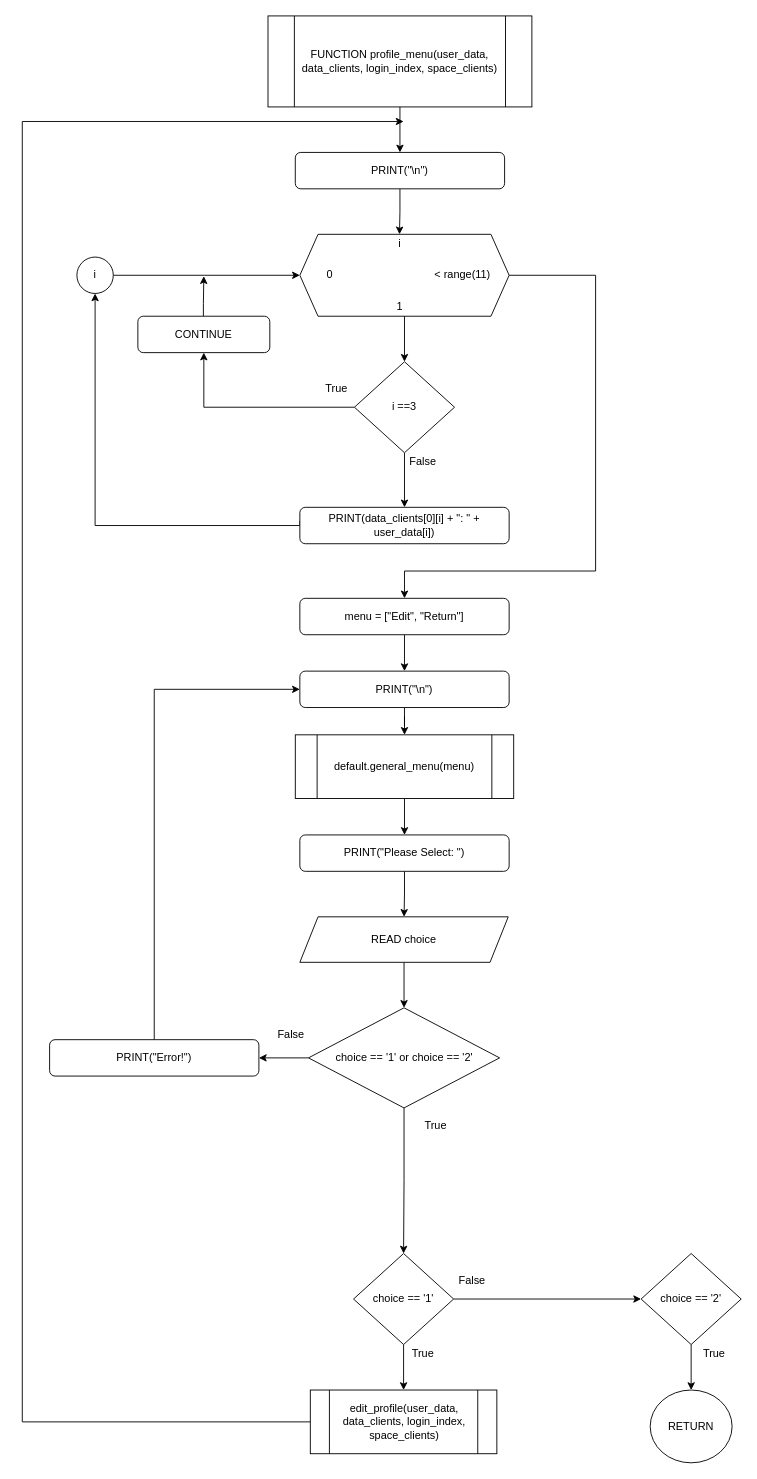
RabbitBear00/Car-Rental-System keeps this draw.io diagram as Flowchart/clients/profile_menu.drawio. Above is the earlier version. Source tidied: cells renumbered, new cells numbered last; positions are measured from the earlier drawing's top-left corner, leaving out a move shared by most shapes. Both pictures are drawn from the tidied source at 91%, with x=0, y=0 at pixel (22, 15).
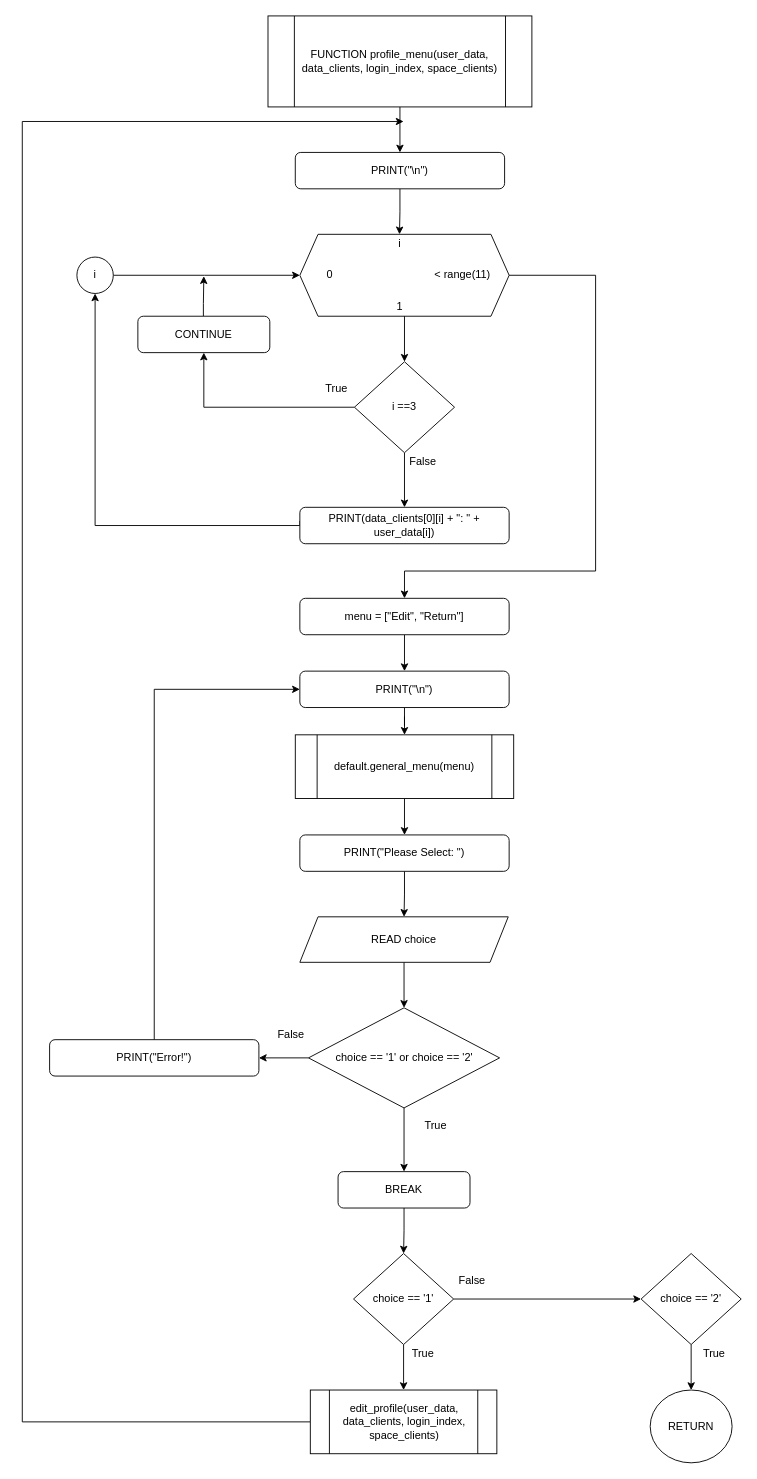
Above is the later version.

Unchanged cells that the change refers to:
```xml
<mxCell id="19" value="choice == '1' or choice == '2'" style="rhombus;whiteSpace=wrap;html=1;" parent="1" vertex="1">
  <mxGeometry x="314.5" y="1090" width="210" height="110" as="geometry" />
</mxCell>
<mxCell id="30" value="choice == '1'" style="rhombus;whiteSpace=wrap;html=1;" parent="1" vertex="1">
  <mxGeometry x="364" y="1360" width="110" height="100" as="geometry" />
</mxCell>
```

The edit, as a diff of the source:
```diff
@@
-    <mxCell id="18" style="edgeStyle=orthogonalEdgeStyle;rounded=0;jettySize=auto;html=1;entryX=0.5;entryY=0;entryDx=0;entryDy=0;" parent="1" edge="1" source="19" target="30">
-      <mxGeometry relative="1" as="geometry" />
-    </mxCell>
+    <mxCell id="53" style="edgeStyle=orthogonalEdgeStyle;rounded=0;jettySize=auto;html=1;" parent="1" edge="1" source="19" target="55">
+      <mxGeometry relative="1" as="geometry" />
+    </mxCell>
@@
+    <mxCell id="54" style="edgeStyle=orthogonalEdgeStyle;rounded=0;jettySize=auto;html=1;" parent="1" edge="1" source="55" target="30">
+      <mxGeometry relative="1" as="geometry" />
+    </mxCell>
+    <mxCell id="55" value="BREAK" style="rounded=1;whiteSpace=wrap;html=1;" parent="1" vertex="1">
+      <mxGeometry x="347" y="1270" width="145" height="40" as="geometry" />
+    </mxCell>
```
